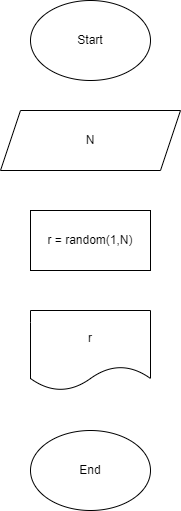
This is ex000.drawio.png from JuliaBabina/Practicum, a draw.io export, as it was before one commit. Source tidied: cells renumbered, new cells last; positions are measured from the earlier drawing's top-left corner, leaving out a move shared by most shapes.
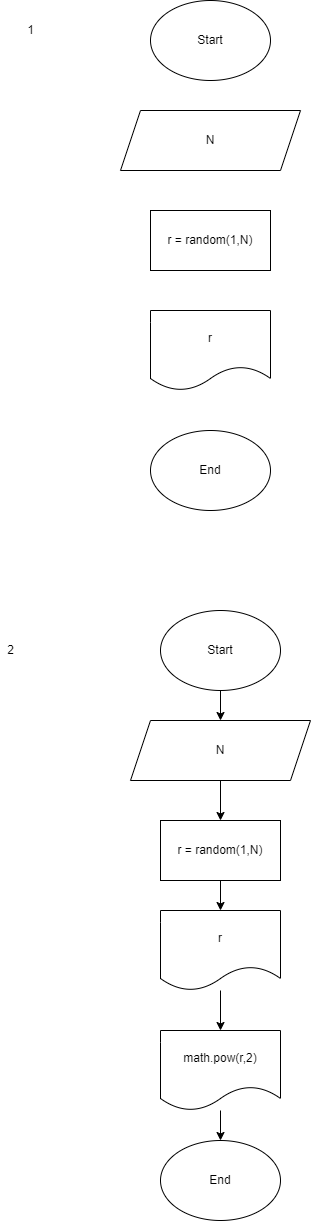
After the commit.

What changed in the source:
```diff
@@ -17,5 +17,44 @@
     <mxCell id="6" value="End" style="ellipse;whiteSpace=wrap;html=1;" parent="1" vertex="1">
       <mxGeometry x="30" y="430" width="120" height="80" as="geometry" />
     </mxCell>
+    <mxCell id="7" style="edgeStyle=none;html=1;" parent="1" edge="1" source="8" target="10">
+      <mxGeometry relative="1" as="geometry" />
+    </mxCell>
+    <mxCell id="8" value="Start" style="ellipse;whiteSpace=wrap;html=1;" parent="1" vertex="1">
+      <mxGeometry x="40" y="610" width="120" height="80" as="geometry" />
+    </mxCell>
+    <mxCell id="9" style="edgeStyle=none;html=1;" parent="1" edge="1" source="10" target="12">
+      <mxGeometry relative="1" as="geometry" />
+    </mxCell>
+    <mxCell id="10" value="N" style="shape=parallelogram;perimeter=parallelogramPerimeter;whiteSpace=wrap;html=1;fixedSize=1;" parent="1" vertex="1">
+      <mxGeometry x="10" y="720" width="180" height="60" as="geometry" />
+    </mxCell>
+    <mxCell id="11" style="edgeStyle=none;html=1;" parent="1" edge="1" source="12" target="14">
+      <mxGeometry relative="1" as="geometry" />
+    </mxCell>
+    <mxCell id="12" value="r = random(1,N)" style="rounded=0;whiteSpace=wrap;html=1;" parent="1" vertex="1">
+      <mxGeometry x="40" y="820" width="120" height="60" as="geometry" />
+    </mxCell>
+    <mxCell id="13" style="edgeStyle=none;html=1;" parent="1" edge="1" source="14" target="17">
+      <mxGeometry relative="1" as="geometry" />
+    </mxCell>
+    <mxCell id="14" value="r" style="shape=document;whiteSpace=wrap;html=1;boundedLbl=1;" parent="1" vertex="1">
+      <mxGeometry x="40" y="910" width="120" height="80" as="geometry" />
+    </mxCell>
+    <mxCell id="15" value="End" style="ellipse;whiteSpace=wrap;html=1;" parent="1" vertex="1">
+      <mxGeometry x="40" y="1140" width="120" height="80" as="geometry" />
+    </mxCell>
+    <mxCell id="16" style="edgeStyle=none;html=1;" parent="1" edge="1" source="17" target="15">
+      <mxGeometry relative="1" as="geometry" />
+    </mxCell>
+    <mxCell id="17" value="math.pow(r,2)" style="shape=document;whiteSpace=wrap;html=1;boundedLbl=1;" parent="1" vertex="1">
+      <mxGeometry x="40" y="1030" width="120" height="80" as="geometry" />
+    </mxCell>
+    <mxCell id="18" value="1" style="text;html=1;align=center;verticalAlign=middle;strokeColor=none;fillColor=none;" parent="1" vertex="1">
+      <mxGeometry x="-100" y="20" width="20" height="20" as="geometry" />
+    </mxCell>
+    <mxCell id="19" value="2" style="text;html=1;align=center;verticalAlign=middle;strokeColor=none;fillColor=none;" parent="1" vertex="1">
+      <mxGeometry x="-120" y="640" width="20" height="20" as="geometry" />
+    </mxCell>
   </root>
 </mxGraphModel>
```
